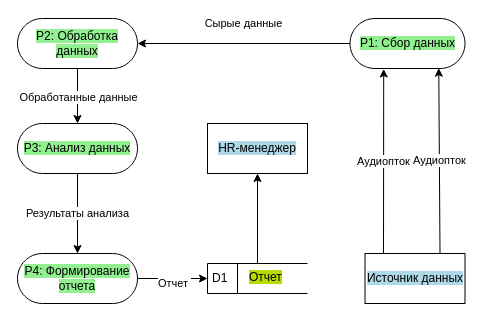
This is вкр/DFD/DFD гейна.drawio from Hetsunya/diplom, a draw.io file, before an edit. Source tidied: cells renumbered, new cells numbered last; positions are measured from the earlier drawing's top-left corner, leaving out a move shared by most shapes. Both pictures are drawn from the tidied source at 100%, with x=0, y=0 at pixel (17, 18).
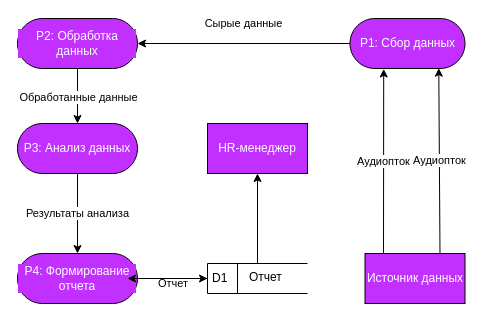
The same diagram, later.

Diff of the diagram source:
```diff
@@
-    <mxCell id="2" value="&lt;span style=&quot;background-color: rgb(173, 216, 230);&quot;&gt;Источник данных&lt;/span&gt;" style="html=1;dashed=0;whiteSpace=wrap;" parent="1" vertex="1">
+    <mxCell id="2" value="&lt;span style=&quot;&quot;&gt;Источник данных&lt;/span&gt;" style="html=1;dashed=0;whiteSpace=wrap;labelBackgroundColor=light-dark(#C230FF,#EDEDED);fontColor=light-dark(#ffffff, #ededed);labelBorderColor=none;textShadow=0;gradientColor=none;fillColor=#C230FF;" parent="1" vertex="1">
       <mxGeometry x="347.5" y="235" width="100" height="50" as="geometry" />
     </mxCell>
-    <mxCell id="3" value="&lt;span style=&quot;background-color: rgb(146, 240, 144);&quot;&gt;P1: Сбор данных&lt;/span&gt;" style="html=1;dashed=0;whiteSpace=wrap;shape=mxgraph.dfd.start;" parent="1" vertex="1">
+    <mxCell id="3" value="&lt;span style=&quot;&quot;&gt;P1: Сбор данных&lt;/span&gt;" style="html=1;dashed=0;whiteSpace=wrap;shape=mxgraph.dfd.start;labelBackgroundColor=light-dark(#C230FF,#EDEDED);fontColor=light-dark(#ffffff, #ededed);labelBorderColor=none;textShadow=0;gradientColor=none;fillColor=#C230FF;" parent="1" vertex="1">
       <mxGeometry x="332.5" width="115" height="50" as="geometry" />
     </mxCell>
-    <mxCell id="4" style="edgeStyle=orthogonalEdgeStyle;rounded=0;jettySize=auto;html=1;" parent="1" edge="1" source="6" target="7">
+    <mxCell id="4" style="edgeStyle=orthogonalEdgeStyle;rounded=0;jettySize=auto;html=1;labelBackgroundColor=light-dark(#6649d0, #ededed);fontColor=light-dark(#ffffff, #ededed);labelBorderColor=default;textShadow=0;" parent="1" edge="1" source="6" target="7">
       <mxGeometry relative="1" as="geometry" />
     </mxCell>
-    <mxCell id="5" value="Обработанные данные" style="edgeLabel;html=1;align=center;verticalAlign=middle;" parent="4" vertex="1">
+    <mxCell id="5" value="Обработанные данные" style="edgeLabel;html=1;align=center;verticalAlign=middle;labelBackgroundColor=light-dark(#ffffff, #ededed);fontColor=default;labelBorderColor=none;textShadow=0;" parent="4" vertex="1">
       <mxGeometry x="0.02" relative="1" as="geometry" />
     </mxCell>
-    <mxCell id="6" value="&lt;span style=&quot;background-color: rgb(146, 240, 144);&quot;&gt;P2: Обработка данных&lt;/span&gt;" style="html=1;dashed=0;whiteSpace=wrap;shape=mxgraph.dfd.start;" parent="1" vertex="1">
+    <mxCell id="6" value="&lt;span style=&quot;&quot;&gt;P2: Обработка данных&lt;/span&gt;" style="html=1;dashed=0;whiteSpace=wrap;shape=mxgraph.dfd.start;labelBackgroundColor=light-dark(#C230FF,#EDEDED);fontColor=light-dark(#ffffff, #ededed);labelBorderColor=none;textShadow=0;gradientColor=none;fillColor=#C230FF;" parent="1" vertex="1">
       <mxGeometry width="120" height="50" as="geometry" />
     </mxCell>
-    <mxCell id="7" value="&lt;span style=&quot;background-color: rgb(146, 240, 144);&quot;&gt;P3: Анализ данных&lt;/span&gt;" style="html=1;dashed=0;whiteSpace=wrap;shape=mxgraph.dfd.start;" parent="1" vertex="1">
+    <mxCell id="7" value="&lt;span style=&quot;&quot;&gt;P3: Анализ данных&lt;/span&gt;" style="html=1;dashed=0;whiteSpace=wrap;shape=mxgraph.dfd.start;labelBackgroundColor=light-dark(#C230FF,#EDEDED);fontColor=light-dark(#ffffff, #ededed);labelBorderColor=none;textShadow=0;gradientColor=none;fillColor=#C230FF;" parent="1" vertex="1">
       <mxGeometry y="105" width="120" height="50" as="geometry" />
     </mxCell>
-    <mxCell id="8" style="edgeStyle=orthogonalEdgeStyle;rounded=0;jettySize=auto;html=1;entryX=0;entryY=0.5;entryDx=0;entryDy=0;" parent="1" edge="1" source="10" target="13">
+    <mxCell id="8" style="edgeStyle=orthogonalEdgeStyle;rounded=0;jettySize=auto;html=1;entryX=0;entryY=0.5;entryDx=0;entryDy=0;labelBackgroundColor=light-dark(#6649d0, #ededed);fontColor=light-dark(#ffffff, #ededed);labelBorderColor=default;textShadow=0;" parent="1" edge="1" source="10" target="13">
       <mxGeometry relative="1" as="geometry" />
     </mxCell>
-    <mxCell id="9" value="Отчет&amp;nbsp;" style="edgeLabel;html=1;align=center;verticalAlign=middle;" parent="8" vertex="1">
+    <mxCell id="9" value="Отчет&amp;nbsp;" style="edgeLabel;html=1;align=center;verticalAlign=middle;labelBackgroundColor=light-dark(#ffffff, #ededed);fontColor=default;labelBorderColor=none;textShadow=0;" parent="8" vertex="1">
       <mxGeometry x="0.04" y="-4" relative="1" as="geometry" />
     </mxCell>
-    <mxCell id="10" value="&lt;span style=&quot;background-color: rgb(146, 240, 144);&quot;&gt;P4: Формирование отчета&lt;/span&gt;" style="html=1;dashed=0;whiteSpace=wrap;shape=mxgraph.dfd.start;" parent="1" vertex="1">
+    <mxCell id="10" value="&lt;span style=&quot;&quot;&gt;P4: Формирование отчета&lt;/span&gt;" style="html=1;dashed=0;whiteSpace=wrap;shape=mxgraph.dfd.start;labelBackgroundColor=light-dark(#C230FF,#EDEDED);fontColor=light-dark(#ffffff, #ededed);labelBorderColor=none;textShadow=0;gradientColor=none;fillColor=#C230FF;" parent="1" vertex="1">
       <mxGeometry y="235" width="120" height="50" as="geometry" />
     </mxCell>
-    <mxCell id="11" value="&lt;span style=&quot;background-color: rgb(173, 216, 230);&quot;&gt;HR-менеджер&lt;/span&gt;" style="html=1;dashed=0;whiteSpace=wrap;" parent="1" vertex="1">
+    <mxCell id="11" value="&lt;span style=&quot;&quot;&gt;HR-менеджер&lt;/span&gt;" style="html=1;dashed=0;whiteSpace=wrap;labelBackgroundColor=light-dark(#C230FF,#EDEDED);fontColor=light-dark(#ffffff, #ededed);labelBorderColor=none;textShadow=0;gradientColor=none;fillColor=#C230FF;" parent="1" vertex="1">
       <mxGeometry x="190" y="105" width="100" height="50" as="geometry" />
     </mxCell>
-    <mxCell id="12" style="group;" parent="1" vertex="1">
+    <mxCell id="12" style="group;labelBackgroundColor=none;fontColor=default;labelBorderColor=none;textShadow=0;" parent="1" vertex="1">
       <mxGeometry x="190" y="245" width="100" height="30" as="geometry" />
     </mxCell>
-    <mxCell id="13" value="D1" style="html=1;dashed=0;whiteSpace=wrap;shape=mxgraph.dfd.dataStoreID;align=left;spacingLeft=3;points=[[0,0],[0.5,0],[1,0],[0,0.5],[1,0.5],[0,1],[0.5,1],[1,1]];" parent="12" vertex="1">
+    <mxCell id="13" value="D1" style="html=1;dashed=0;whiteSpace=wrap;shape=mxgraph.dfd.dataStoreID;align=left;spacingLeft=3;points=[[0,0],[0.5,0],[1,0],[0,0.5],[1,0.5],[0,1],[0.5,1],[1,1]];labelBackgroundColor=none;fontColor=default;labelBorderColor=none;textShadow=0;" parent="12" vertex="1">
       <mxGeometry width="100" height="30" as="geometry" />
     </mxCell>
-    <mxCell id="14" value="&lt;span style=&quot;color: rgb(0, 0, 0); font-family: Helvetica; font-size: 12px; font-style: normal; font-variant-ligatures: normal; font-variant-caps: normal; font-weight: 400; letter-spacing: normal; orphans: 2; text-align: center; text-indent: 0px; text-transform: none; widows: 2; word-spacing: 0px; -webkit-text-stroke-width: 0px; white-space: nowrap; background-color: rgb(183, 219, 0); text-decoration-thickness: initial; text-decoration-style: initial; text-decoration-color: initial; display: inline !important; float: none;&quot;&gt;Отчет&lt;/span&gt;" style="text;whiteSpace=wrap;html=1;" parent="12" vertex="1">
+    <mxCell id="14" value="&lt;span style=&quot;font-family: Helvetica; font-size: 12px; font-style: normal; font-variant-ligatures: normal; font-variant-caps: normal; font-weight: 400; letter-spacing: normal; orphans: 2; text-align: center; text-indent: 0px; text-transform: none; widows: 2; word-spacing: 0px; -webkit-text-stroke-width: 0px; white-space: nowrap; text-decoration-thickness: initial; text-decoration-style: initial; text-decoration-color: initial; float: none; display: inline !important;&quot;&gt;Отчет&lt;/span&gt;" style="text;whiteSpace=wrap;html=1;labelBackgroundColor=none;fontColor=default;labelBorderColor=none;textShadow=0;" parent="12" vertex="1">
       <mxGeometry x="40" width="50" height="30" as="geometry" />
     </mxCell>
-    <mxCell id="15" value="Аудиопток" style="rounded=0;jettySize=auto;html=1;entryX=0.772;entryY=0.994;entryDx=0;entryDy=0;entryPerimeter=0;exitX=0.75;exitY=0;exitDx=0;exitDy=0;" parent="1" edge="1" source="2" target="3">
+    <mxCell id="15" value="Аудиопток" style="rounded=0;jettySize=auto;html=1;entryX=0.772;entryY=0.994;entryDx=0;entryDy=0;entryPerimeter=0;exitX=0.75;exitY=0;exitDx=0;exitDy=0;labelBackgroundColor=light-dark(#ffffff, #ededed);fontColor=default;labelBorderColor=none;textShadow=0;" parent="1" edge="1" source="2" target="3">
       <mxGeometry relative="1" as="geometry" />
     </mxCell>
-    <mxCell id="16" value="Аудиопток" style="rounded=0;jettySize=auto;html=1;entryX=0.293;entryY=1.009;entryDx=0;entryDy=0;entryPerimeter=0;" parent="1" edge="1" target="3">
+    <mxCell id="16" value="Аудиопток" style="rounded=0;jettySize=auto;html=1;entryX=0.293;entryY=1.009;entryDx=0;entryDy=0;entryPerimeter=0;labelBackgroundColor=light-dark(#ffffff, #ededed);fontColor=default;labelBorderColor=none;textShadow=0;" parent="1" edge="1" target="3">
       <mxGeometry relative="1" as="geometry">
         <mxPoint x="366" y="235" as="sourcePoint" />
       </mxGeometry>
     </mxCell>
-    <mxCell id="17" value="Сырые данные" style="edgeStyle=orthogonalEdgeStyle;rounded=0;jettySize=auto;html=1;entryX=1;entryY=0.5;entryDx=0;entryDy=0;entryPerimeter=0;" parent="1" edge="1" source="3" target="6">
+    <mxCell id="17" value="Сырые данные" style="edgeStyle=orthogonalEdgeStyle;rounded=0;jettySize=auto;html=1;entryX=1;entryY=0.5;entryDx=0;entryDy=0;entryPerimeter=0;labelBackgroundColor=light-dark(#ffffff, #ededed);fontColor=default;labelBorderColor=none;textShadow=0;" parent="1" edge="1" source="3" target="6">
       <mxGeometry x="0.02" y="-20" relative="1" as="geometry">
         <mxPoint x="1" as="offset" />
       </mxGeometry>
     </mxCell>
-    <mxCell id="18" value="&lt;span style=&quot;color: rgb(0, 0, 0); font-family: Helvetica; font-size: 11px; font-style: normal; font-variant-ligatures: normal; font-variant-caps: normal; font-weight: 400; letter-spacing: normal; orphans: 2; text-align: center; text-indent: 0px; text-transform: none; widows: 2; word-spacing: 0px; -webkit-text-stroke-width: 0px; white-space: nowrap; background-color: rgb(255, 255, 255); text-decoration-thickness: initial; text-decoration-style: initial; text-decoration-color: initial; display: inline !important; float: none;&quot;&gt;Результаты анализа&lt;/span&gt;" style="edgeStyle=orthogonalEdgeStyle;rounded=0;jettySize=auto;html=1;entryX=0.5;entryY=0.5;entryDx=0;entryDy=-25;entryPerimeter=0;" parent="1" edge="1" source="7" target="10">
+    <mxCell id="18" value="&lt;span style=&quot;font-family: Helvetica; font-size: 11px; font-style: normal; font-variant-ligatures: normal; font-variant-caps: normal; font-weight: 400; letter-spacing: normal; orphans: 2; text-align: center; text-indent: 0px; text-transform: none; widows: 2; word-spacing: 0px; -webkit-text-stroke-width: 0px; white-space: nowrap; text-decoration-thickness: initial; text-decoration-style: initial; text-decoration-color: initial; float: none; display: inline !important;&quot;&gt;Результаты анализа&lt;/span&gt;" style="edgeStyle=orthogonalEdgeStyle;rounded=0;jettySize=auto;html=1;entryX=0.5;entryY=0.5;entryDx=0;entryDy=-25;entryPerimeter=0;labelBackgroundColor=light-dark(#ffffff, #ededed);fontColor=default;labelBorderColor=none;textShadow=0;" parent="1" edge="1" source="7" target="10">
       <mxGeometry relative="1" as="geometry" />
     </mxCell>
-    <mxCell id="19" style="edgeStyle=orthogonalEdgeStyle;rounded=0;jettySize=auto;html=1;entryX=0.5;entryY=1;entryDx=0;entryDy=0;" parent="1" edge="1" source="13" target="11">
+    <mxCell id="19" style="edgeStyle=orthogonalEdgeStyle;rounded=0;jettySize=auto;html=1;entryX=0.5;entryY=1;entryDx=0;entryDy=0;labelBackgroundColor=light-dark(#6649d0, #ededed);fontColor=light-dark(#ffffff, #ededed);labelBorderColor=default;textShadow=0;" parent="1" edge="1" source="13" target="11">
       <mxGeometry relative="1" as="geometry" />
     </mxCell>
+    <mxCell id="20" style="edgeStyle=orthogonalEdgeStyle;rounded=0;jettySize=auto;html=1;" parent="1" edge="1" source="13">
+      <mxGeometry relative="1" as="geometry">
+        <mxPoint x="110" y="260" as="targetPoint" />
+      </mxGeometry>
+    </mxCell>
```
